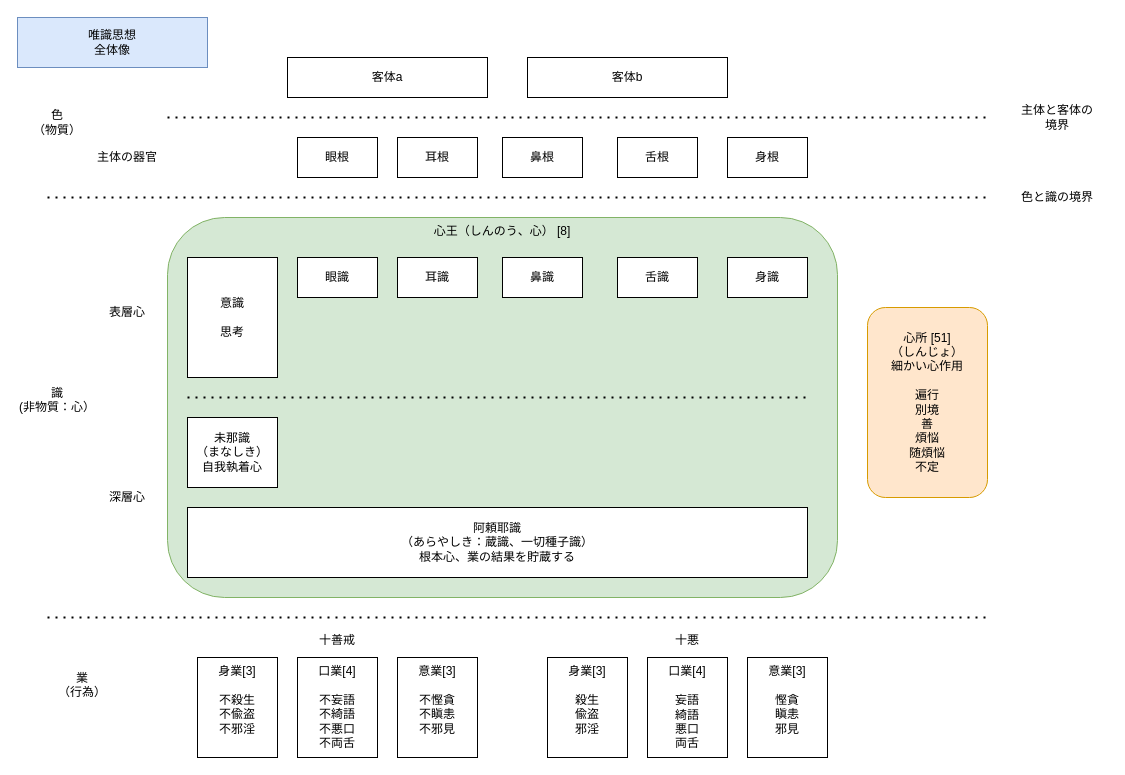
YossyIto/booklog_drowio keeps this draw.io diagram as yuishiki_AI.drawio. Above is the earlier version. Source tidied: cells renumbered, new cells numbered last; positions are measured from the earlier drawing's top-left corner, leaving out a move shared by most shapes. Both pictures are drawn from the tidied source at 100%, with x=0, y=0 at pixel (17, 17).
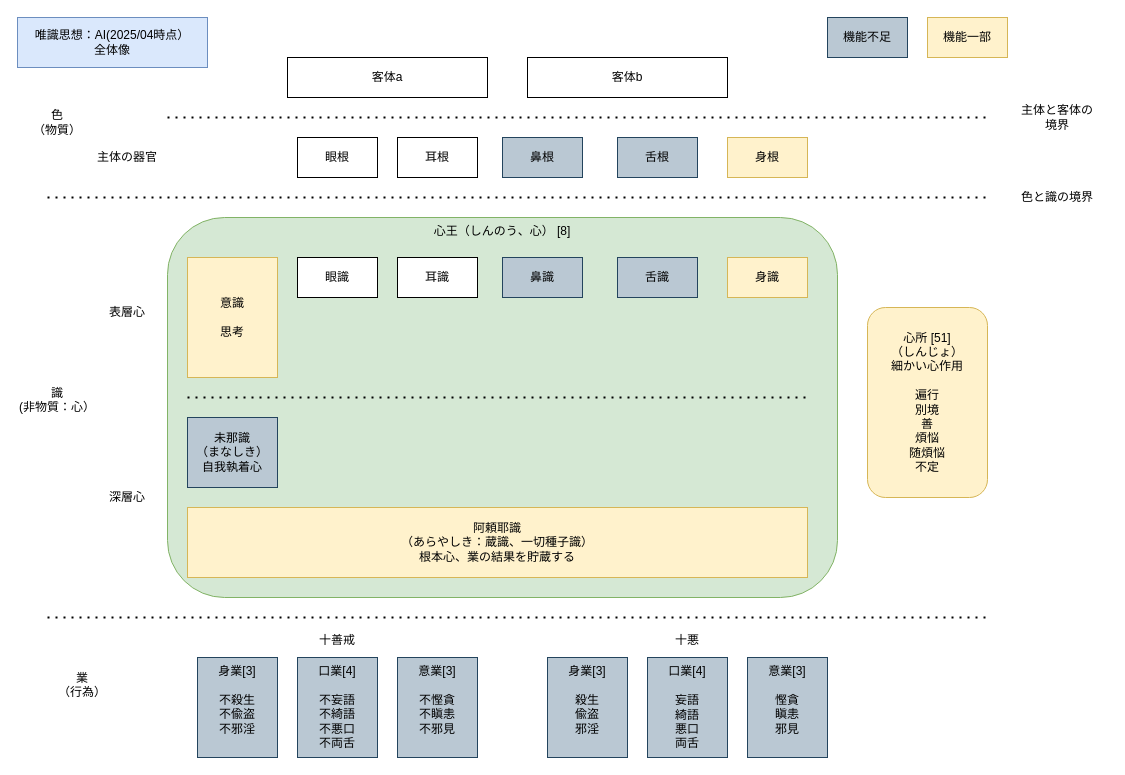
The same page after the edit.

Commit message:
yuishiki_AI.drawio を更新します

The edit, as a diff of the source:
```diff
@@
-    <mxCell id="3" value="唯識思想&lt;div&gt;全体像&lt;/div&gt;" style="text;html=1;align=center;verticalAlign=middle;whiteSpace=wrap;rounded=0;fillColor=#dae8fc;strokeColor=#6c8ebf;" parent="1" vertex="1">
+    <mxCell id="3" value="唯識思想：AI(2025/04時点）&lt;div&gt;全体像&lt;/div&gt;" style="text;html=1;align=center;verticalAlign=middle;whiteSpace=wrap;rounded=0;fillColor=#dae8fc;strokeColor=#6c8ebf;" parent="1" vertex="1">
       <mxGeometry width="190" height="50" as="geometry" />
     </mxCell>
@@
-    <mxCell id="8" value="鼻根" style="rounded=0;whiteSpace=wrap;html=1;" parent="1" vertex="1">
+    <mxCell id="8" value="鼻根" style="rounded=0;whiteSpace=wrap;html=1;fillColor=#bac8d3;strokeColor=#23445d;" parent="1" vertex="1">
       <mxGeometry x="485" y="120" width="80" height="40" as="geometry" />
     </mxCell>
-    <mxCell id="9" value="舌根" style="rounded=0;whiteSpace=wrap;html=1;" parent="1" vertex="1">
+    <mxCell id="9" value="舌根" style="rounded=0;whiteSpace=wrap;html=1;fillColor=#bac8d3;strokeColor=#23445d;" parent="1" vertex="1">
       <mxGeometry x="600" y="120" width="80" height="40" as="geometry" />
     </mxCell>
-    <mxCell id="10" value="身根" style="rounded=0;whiteSpace=wrap;html=1;" parent="1" vertex="1">
+    <mxCell id="10" value="身根" style="rounded=0;whiteSpace=wrap;html=1;fillColor=#fff2cc;strokeColor=#d6b656;" parent="1" vertex="1">
       <mxGeometry x="710" y="120" width="80" height="40" as="geometry" />
     </mxCell>
@@
-    <mxCell id="13" value="鼻識" style="rounded=0;whiteSpace=wrap;html=1;" parent="1" vertex="1">
+    <mxCell id="13" value="鼻識" style="rounded=0;whiteSpace=wrap;html=1;fillColor=#bac8d3;strokeColor=#23445d;" parent="1" vertex="1">
       <mxGeometry x="485" y="240" width="80" height="40" as="geometry" />
     </mxCell>
-    <mxCell id="14" value="舌識" style="rounded=0;whiteSpace=wrap;html=1;" parent="1" vertex="1">
+    <mxCell id="14" value="舌識" style="rounded=0;whiteSpace=wrap;html=1;fillColor=#bac8d3;strokeColor=#23445d;" parent="1" vertex="1">
       <mxGeometry x="600" y="240" width="80" height="40" as="geometry" />
     </mxCell>
-    <mxCell id="15" value="身識" style="rounded=0;whiteSpace=wrap;html=1;" parent="1" vertex="1">
+    <mxCell id="15" value="身識" style="rounded=0;whiteSpace=wrap;html=1;fillColor=#fff2cc;strokeColor=#d6b656;" parent="1" vertex="1">
       <mxGeometry x="710" y="240" width="80" height="40" as="geometry" />
     </mxCell>
-    <mxCell id="16" value="意識&lt;div&gt;&lt;br&gt;&lt;div&gt;思考&lt;/div&gt;&lt;/div&gt;" style="rounded=0;whiteSpace=wrap;html=1;" parent="1" vertex="1">
+    <mxCell id="16" value="意識&lt;div&gt;&lt;br&gt;&lt;div&gt;思考&lt;/div&gt;&lt;/div&gt;" style="rounded=0;whiteSpace=wrap;html=1;fillColor=#fff2cc;strokeColor=#d6b656;" parent="1" vertex="1">
       <mxGeometry x="170" y="240" width="90" height="120" as="geometry" />
     </mxCell>
@@
-    <mxCell id="19" value="未那識&lt;div&gt;（まなしき）&lt;div&gt;自我執着心&lt;/div&gt;&lt;/div&gt;" style="rounded=0;whiteSpace=wrap;html=1;" parent="1" vertex="1">
+    <mxCell id="19" value="未那識&lt;div&gt;（まなしき）&lt;div&gt;自我執着心&lt;/div&gt;&lt;/div&gt;" style="rounded=0;whiteSpace=wrap;html=1;fillColor=#bac8d3;strokeColor=#23445d;" parent="1" vertex="1">
       <mxGeometry x="170" y="400" width="90" height="70" as="geometry" />
     </mxCell>
-    <mxCell id="20" value="阿頼耶識&lt;div&gt;（あらやしき：蔵識、一切種子識）&lt;div&gt;根本心、業の結果を貯蔵する&lt;/div&gt;&lt;/div&gt;" style="rounded=0;whiteSpace=wrap;html=1;" parent="1" vertex="1">
+    <mxCell id="20" value="阿頼耶識&lt;div&gt;（あらやしき：蔵識、一切種子識）&lt;div&gt;根本心、業の結果を貯蔵する&lt;/div&gt;&lt;/div&gt;" style="rounded=0;whiteSpace=wrap;html=1;fillColor=#fff2cc;strokeColor=#d6b656;" parent="1" vertex="1">
       <mxGeometry x="170" y="490" width="620" height="70" as="geometry" />
     </mxCell>
-    <mxCell id="21" value="心所 [51]&lt;div&gt;（しんじょ）&lt;br&gt;&lt;div&gt;&lt;div&gt;細かい心作用&lt;/div&gt;&lt;/div&gt;&lt;div&gt;&lt;br&gt;&lt;/div&gt;&lt;div&gt;遍行&lt;/div&gt;&lt;div&gt;別境&lt;/div&gt;&lt;div&gt;善&lt;/div&gt;&lt;div&gt;煩悩&lt;/div&gt;&lt;div&gt;随&lt;span style=&quot;background-color: transparent; color: light-dark(rgb(0, 0, 0), rgb(255, 255, 255));&quot;&gt;煩悩&lt;/span&gt;&lt;/div&gt;&lt;div&gt;&lt;span style=&quot;background-color: transparent; color: light-dark(rgb(0, 0, 0), rgb(255, 255, 255));&quot;&gt;不定&lt;/span&gt;&lt;/div&gt;&lt;/div&gt;" style="rounded=1;whiteSpace=wrap;html=1;fillColor=#ffe6cc;strokeColor=#d79b00;" parent="1" vertex="1">
+    <mxCell id="21" value="心所 [51]&lt;div&gt;（しんじょ）&lt;br&gt;&lt;div&gt;&lt;div&gt;細かい心作用&lt;/div&gt;&lt;/div&gt;&lt;div&gt;&lt;br&gt;&lt;/div&gt;&lt;div&gt;遍行&lt;/div&gt;&lt;div&gt;別境&lt;/div&gt;&lt;div&gt;善&lt;/div&gt;&lt;div&gt;煩悩&lt;/div&gt;&lt;div&gt;随&lt;span style=&quot;background-color: transparent; color: light-dark(rgb(0, 0, 0), rgb(255, 255, 255));&quot;&gt;煩悩&lt;/span&gt;&lt;/div&gt;&lt;div&gt;&lt;span style=&quot;background-color: transparent; color: light-dark(rgb(0, 0, 0), rgb(255, 255, 255));&quot;&gt;不定&lt;/span&gt;&lt;/div&gt;&lt;/div&gt;" style="rounded=1;whiteSpace=wrap;html=1;fillColor=#fff2cc;strokeColor=#d6b656;" parent="1" vertex="1">
       <mxGeometry x="850" y="290" width="120" height="190" as="geometry" />
     </mxCell>
@@
-    <mxCell id="29" value="身業[3]&lt;div&gt;&lt;br&gt;&lt;/div&gt;&lt;div&gt;不殺生&lt;/div&gt;&lt;div&gt;&lt;div&gt;不偸盗&lt;/div&gt;&lt;div&gt;不邪淫&lt;/div&gt;&lt;/div&gt;" style="rounded=0;whiteSpace=wrap;html=1;labelPosition=center;verticalLabelPosition=middle;align=center;verticalAlign=top;" parent="1" vertex="1">
+    <mxCell id="29" value="身業[3]&lt;div&gt;&lt;br&gt;&lt;/div&gt;&lt;div&gt;不殺生&lt;/div&gt;&lt;div&gt;&lt;div&gt;不偸盗&lt;/div&gt;&lt;div&gt;不邪淫&lt;/div&gt;&lt;/div&gt;" style="rounded=0;whiteSpace=wrap;html=1;labelPosition=center;verticalLabelPosition=middle;align=center;verticalAlign=top;fillColor=#bac8d3;strokeColor=#23445d;" parent="1" vertex="1">
       <mxGeometry x="180" y="640" width="80" height="100" as="geometry" />
     </mxCell>
@@
-    <mxCell id="31" value="口業[4]&lt;div&gt;&lt;br&gt;&lt;/div&gt;&lt;div&gt;&lt;div&gt;不妄語&lt;/div&gt;&lt;div&gt;不綺語&lt;/div&gt;&lt;div&gt;不悪口&lt;/div&gt;&lt;div&gt;不両舌&lt;/div&gt;&lt;/div&gt;" style="rounded=0;whiteSpace=wrap;html=1;verticalAlign=top;" parent="1" vertex="1">
+    <mxCell id="31" value="口業[4]&lt;div&gt;&lt;br&gt;&lt;/div&gt;&lt;div&gt;&lt;div&gt;不妄語&lt;/div&gt;&lt;div&gt;不綺語&lt;/div&gt;&lt;div&gt;不悪口&lt;/div&gt;&lt;div&gt;不両舌&lt;/div&gt;&lt;/div&gt;" style="rounded=0;whiteSpace=wrap;html=1;verticalAlign=top;fillColor=#bac8d3;strokeColor=#23445d;" parent="1" vertex="1">
       <mxGeometry x="280" y="640" width="80" height="100" as="geometry" />
     </mxCell>
-    <mxCell id="32" value="意業[3]&lt;div&gt;&lt;br&gt;&lt;/div&gt;&lt;div&gt;&lt;div&gt;不慳貪&lt;/div&gt;&lt;div&gt;不瞋恚&lt;/div&gt;&lt;div&gt;不邪見&lt;/div&gt;&lt;/div&gt;" style="rounded=0;whiteSpace=wrap;html=1;verticalAlign=top;" parent="1" vertex="1">
+    <mxCell id="32" value="意業[3]&lt;div&gt;&lt;br&gt;&lt;/div&gt;&lt;div&gt;&lt;div&gt;不慳貪&lt;/div&gt;&lt;div&gt;不瞋恚&lt;/div&gt;&lt;div&gt;不邪見&lt;/div&gt;&lt;/div&gt;" style="rounded=0;whiteSpace=wrap;html=1;verticalAlign=top;fillColor=#bac8d3;strokeColor=#23445d;" parent="1" vertex="1">
       <mxGeometry x="380" y="640" width="80" height="100" as="geometry" />
     </mxCell>
@@
-    <mxCell id="35" value="身業[3]&lt;div&gt;&lt;br&gt;&lt;/div&gt;&lt;div&gt;殺生&lt;/div&gt;&lt;div&gt;&lt;div&gt;偸盗&lt;/div&gt;&lt;div&gt;邪淫&lt;/div&gt;&lt;/div&gt;" style="rounded=0;whiteSpace=wrap;html=1;labelPosition=center;verticalLabelPosition=middle;align=center;verticalAlign=top;" parent="1" vertex="1">
+    <mxCell id="35" value="身業[3]&lt;div&gt;&lt;br&gt;&lt;/div&gt;&lt;div&gt;殺生&lt;/div&gt;&lt;div&gt;&lt;div&gt;偸盗&lt;/div&gt;&lt;div&gt;邪淫&lt;/div&gt;&lt;/div&gt;" style="rounded=0;whiteSpace=wrap;html=1;labelPosition=center;verticalLabelPosition=middle;align=center;verticalAlign=top;fillColor=#bac8d3;strokeColor=#23445d;" parent="1" vertex="1">
       <mxGeometry x="530" y="640" width="80" height="100" as="geometry" />
     </mxCell>
@@
-    <mxCell id="37" value="口業[4]&lt;div&gt;&lt;br&gt;&lt;/div&gt;&lt;div&gt;&lt;div&gt;妄語&lt;/div&gt;&lt;div&gt;綺語&lt;/div&gt;&lt;div&gt;悪口&lt;/div&gt;&lt;div&gt;両舌&lt;/div&gt;&lt;/div&gt;" style="rounded=0;whiteSpace=wrap;html=1;" parent="1" vertex="1">
+    <mxCell id="37" value="口業[4]&lt;div&gt;&lt;br&gt;&lt;/div&gt;&lt;div&gt;&lt;div&gt;妄語&lt;/div&gt;&lt;div&gt;綺語&lt;/div&gt;&lt;div&gt;悪口&lt;/div&gt;&lt;div&gt;両舌&lt;/div&gt;&lt;/div&gt;" style="rounded=0;whiteSpace=wrap;html=1;fillColor=#bac8d3;strokeColor=#23445d;" parent="1" vertex="1">
       <mxGeometry x="630" y="640" width="80" height="100" as="geometry" />
     </mxCell>
-    <mxCell id="38" value="意業[3]&lt;div&gt;&lt;br&gt;&lt;/div&gt;&lt;div&gt;&lt;div&gt;慳貪&lt;/div&gt;&lt;div&gt;瞋恚&lt;/div&gt;&lt;div&gt;邪見&lt;/div&gt;&lt;/div&gt;" style="rounded=0;whiteSpace=wrap;html=1;verticalAlign=top;" parent="1" vertex="1">
+    <mxCell id="38" value="意業[3]&lt;div&gt;&lt;br&gt;&lt;/div&gt;&lt;div&gt;&lt;div&gt;慳貪&lt;/div&gt;&lt;div&gt;瞋恚&lt;/div&gt;&lt;div&gt;邪見&lt;/div&gt;&lt;/div&gt;" style="rounded=0;whiteSpace=wrap;html=1;verticalAlign=top;fillColor=#bac8d3;strokeColor=#23445d;" parent="1" vertex="1">
       <mxGeometry x="730" y="640" width="80" height="100" as="geometry" />
     </mxCell>
@@
+    <mxCell id="40" value="機能不足" style="rounded=0;whiteSpace=wrap;html=1;fillColor=#bac8d3;strokeColor=#23445d;" parent="1" vertex="1">
+      <mxGeometry x="810" width="80" height="40" as="geometry" />
+    </mxCell>
+    <mxCell id="41" value="機能一部" style="rounded=0;whiteSpace=wrap;html=1;fillColor=#fff2cc;strokeColor=#d6b656;" parent="1" vertex="1">
+      <mxGeometry x="910" width="80" height="40" as="geometry" />
+    </mxCell>
```
